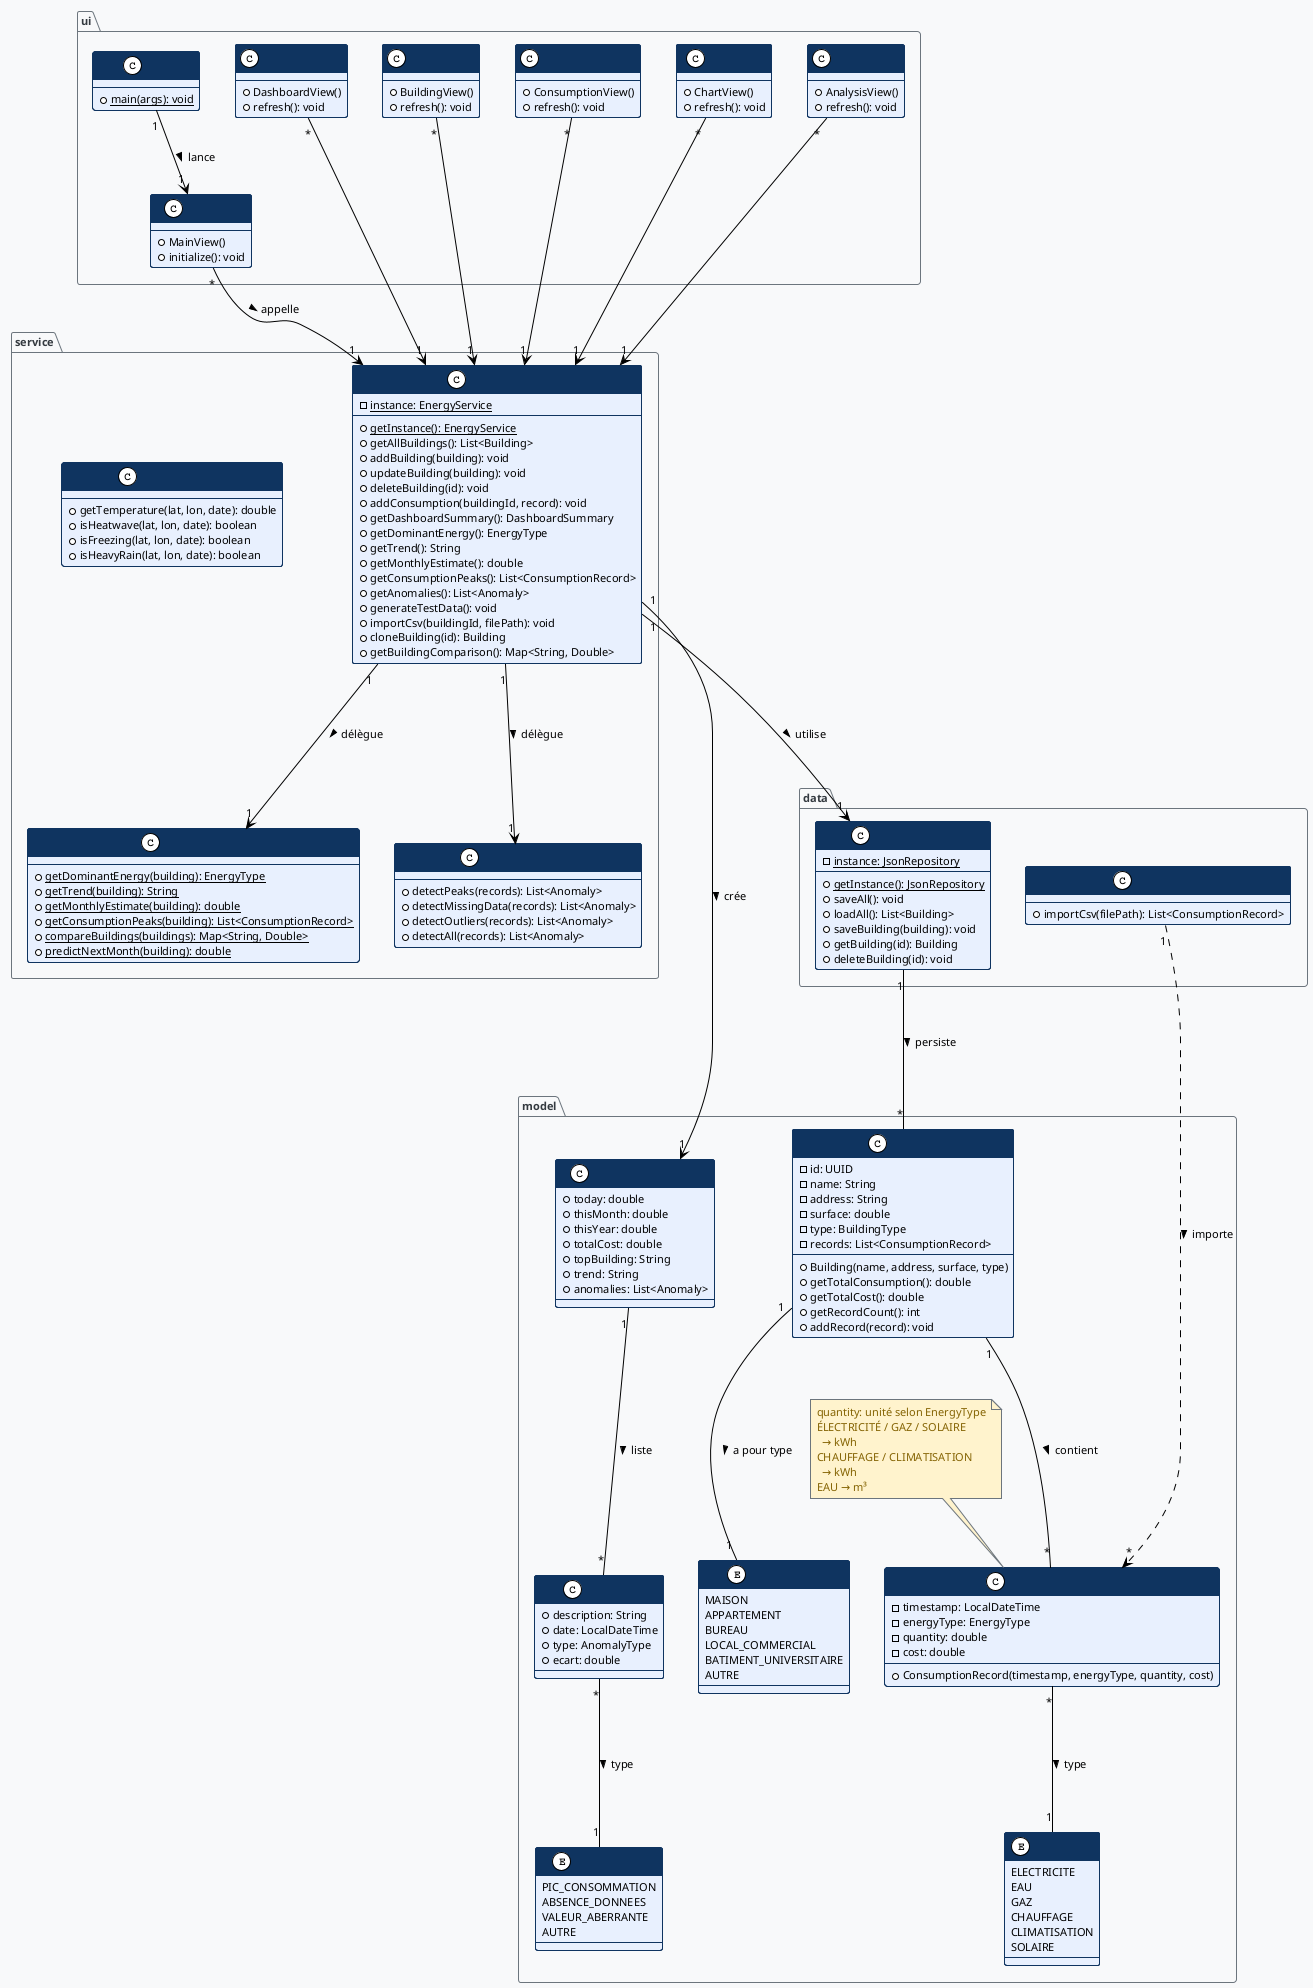
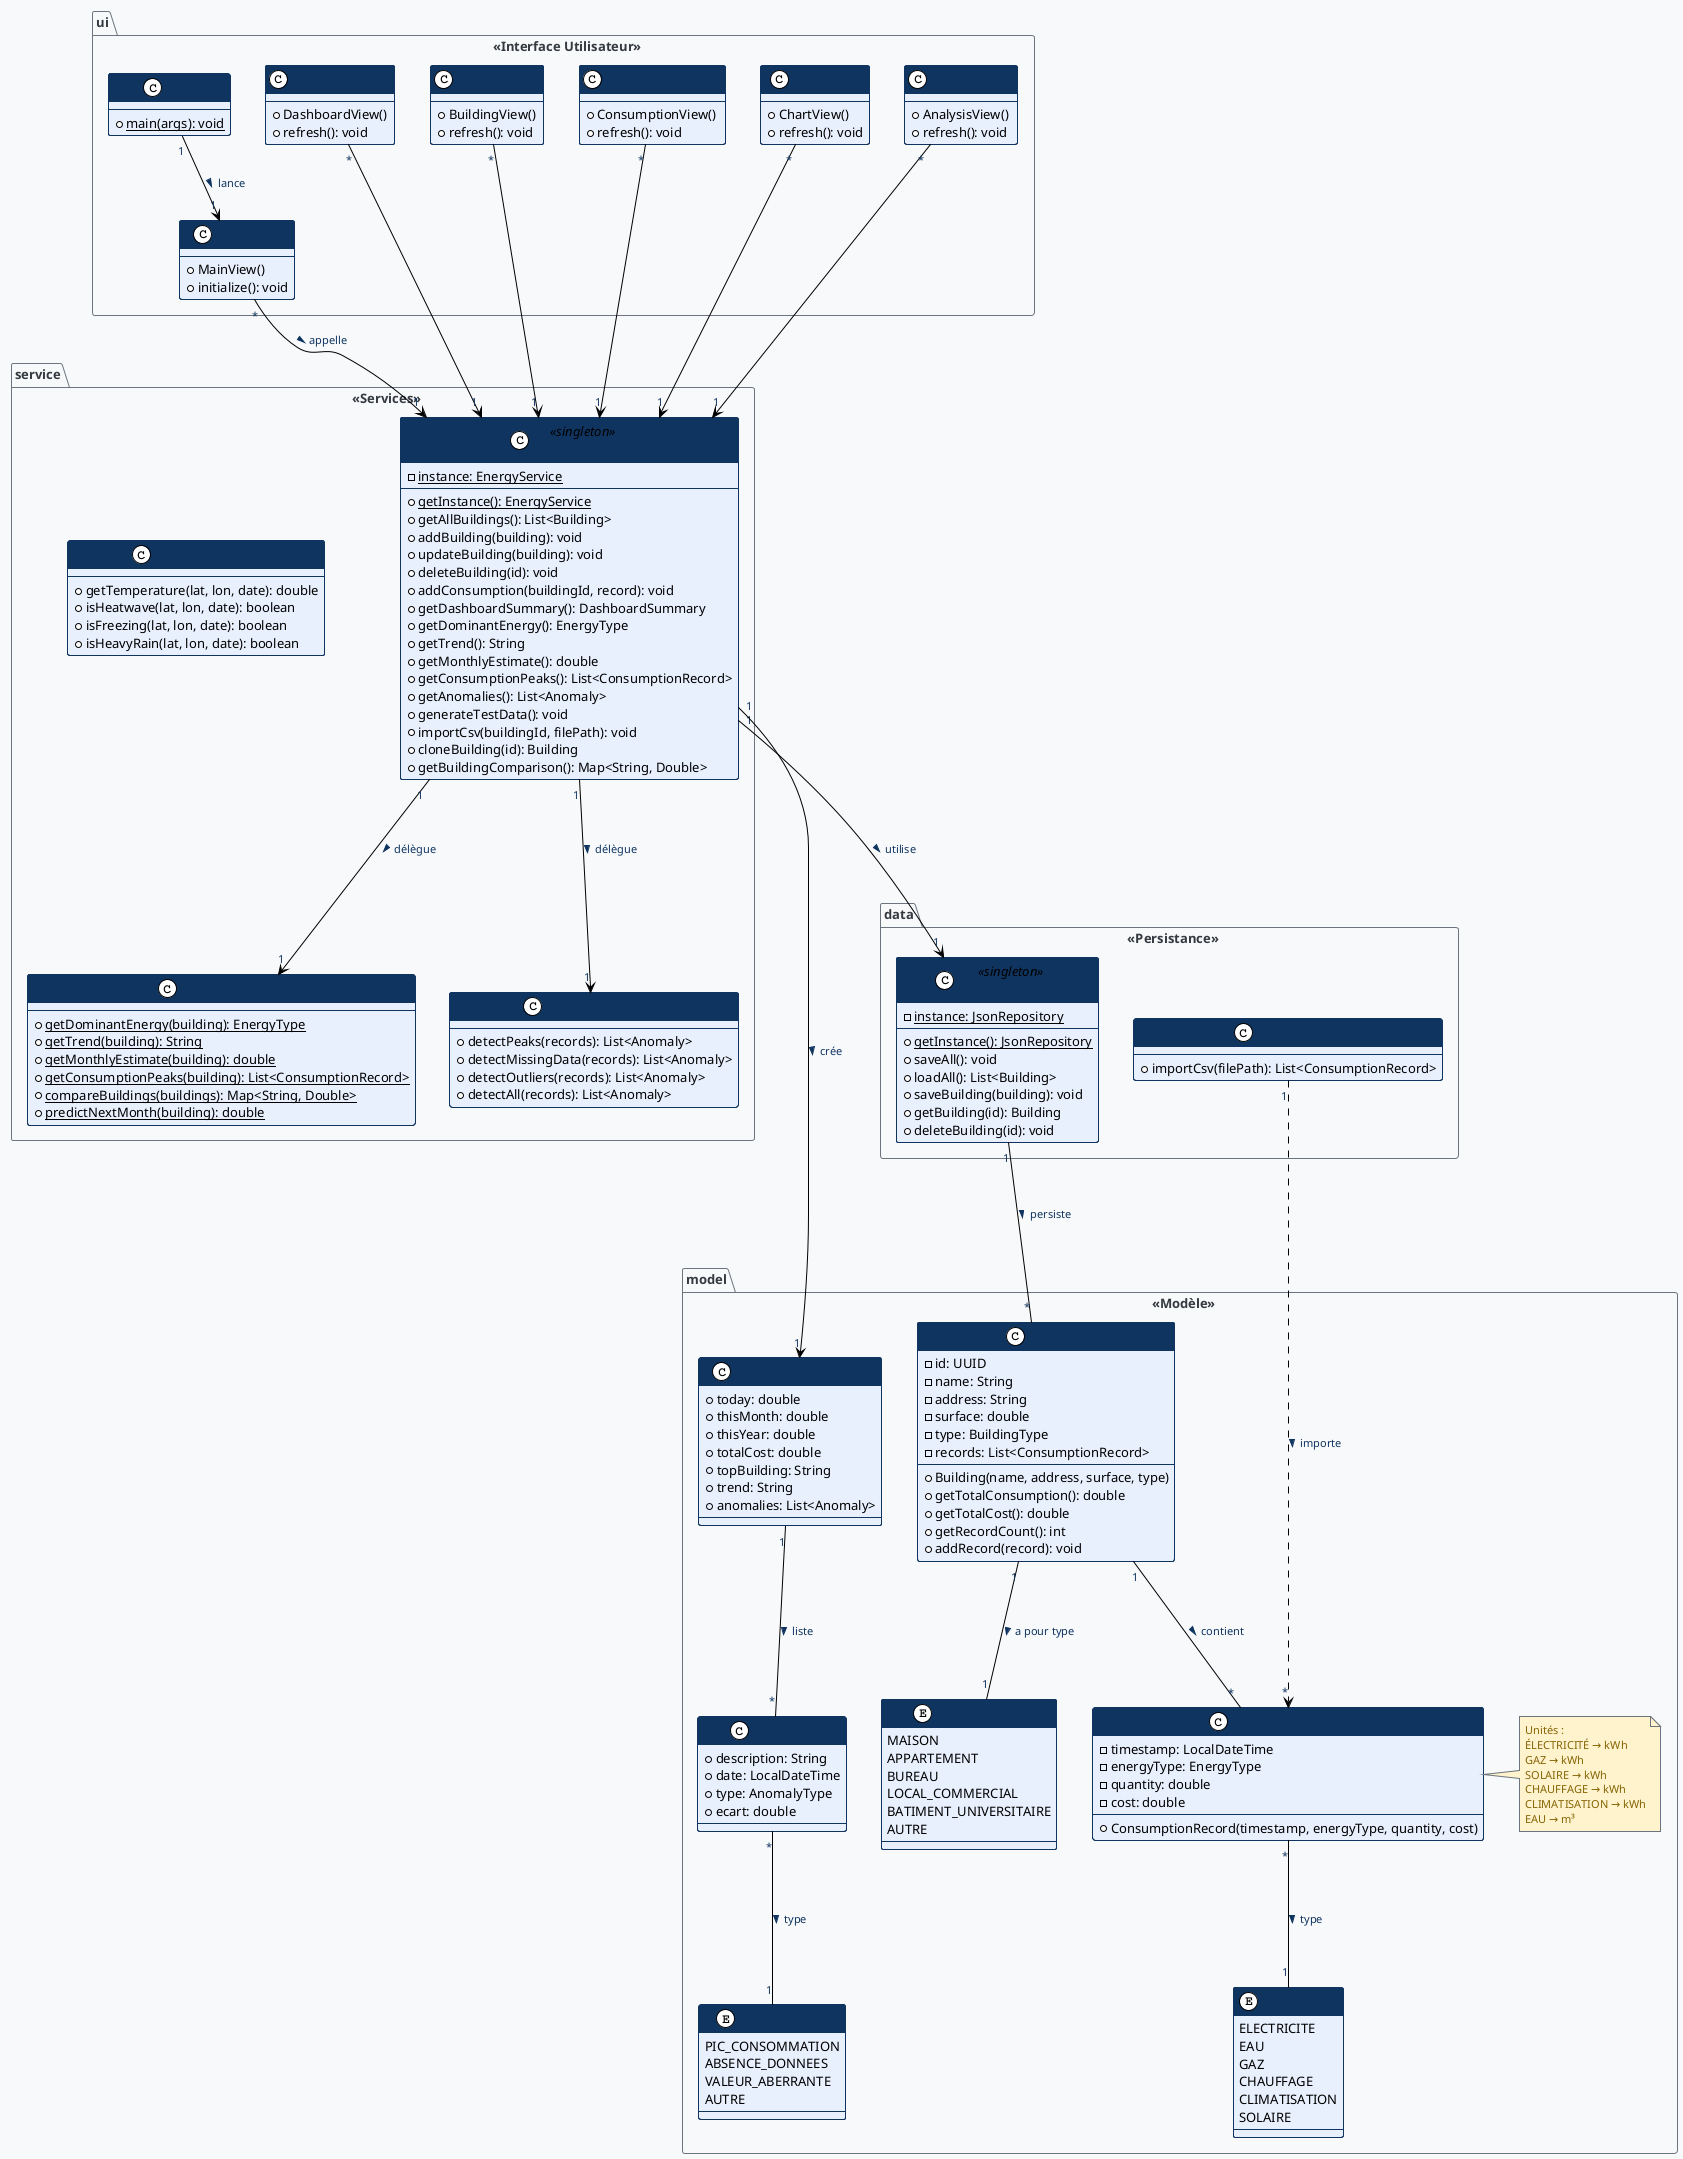
@startuml SmartEnergyManager_ClassDiagram
!theme plain
skinparam backgroundColor #f8f9fa
skinparam componentStyle rectangle
skinparam defaultFontName Helvetica
- skinparam defaultFontSize 11
- hide stereotype
+ skinparam defaultFontSize 13
skinparam class {
    BorderColor #0f3460
    BackgroundColor #e8f0fe
    FontColor #0f3460
    HeaderBackgroundColor #0f3460
    HeaderFontColor white
-     FontSize 11
+     FontSize 13
+     FontStyle bold
}
skinparam enum {
    BorderColor #0f3460
    BackgroundColor #d4edda
    FontColor #0f3460
+     FontSize 12
}
skinparam note {
    BorderColor #6c757d
    BackgroundColor #fff3cd
    FontColor #856404
+     FontSize 11
}
skinparam package {
    BorderColor #6c757d
    BackgroundColor #f8f9fa
    FontColor #343a40
    FontStyle bold
}
- 
- package "model" {
+ skinparam arrow {
+     FontSize 11
+     FontColor #0f3460
+ }
+ 
+ package "model" <<Modèle>> {
    class Building {
        - id: UUID
        - name: String
        - address: String
        - surface: double
        - type: BuildingType
        - records: List<ConsumptionRecord>
        + Building(name, address, surface, type)
        + getTotalConsumption(): double
        + getTotalCost(): double
        + getRecordCount(): int
        + addRecord(record): void
    }

    class ConsumptionRecord {
        - timestamp: LocalDateTime
        - energyType: EnergyType
        - quantity: double
        - cost: double
        + ConsumptionRecord(timestamp, energyType, quantity, cost)
    }

-     note top of ConsumptionRecord
-       quantity: unité selon EnergyType
-       ÉLECTRICITÉ / GAZ / SOLAIRE
-         → kWh
-       CHAUFFAGE / CLIMATISATION
-         → kWh
+     note right of ConsumptionRecord
+       Unités :
+       ÉLECTRICITÉ → kWh
+       GAZ → kWh
+       SOLAIRE → kWh
+       CHAUFFAGE → kWh
+       CLIMATISATION → kWh
      EAU → m³
    end note

    class Anomaly {
        + description: String
        + date: LocalDateTime
        + type: AnomalyType
        + ecart: double
    }

    enum BuildingType {
        MAISON
        APPARTEMENT
        BUREAU
        LOCAL_COMMERCIAL
        BATIMENT_UNIVERSITAIRE
        AUTRE
    }

    enum EnergyType {
        ELECTRICITE
        EAU
        GAZ
        CHAUFFAGE
        CLIMATISATION
        SOLAIRE
    }

    enum AnomalyType {
        PIC_CONSOMMATION
        ABSENCE_DONNEES
        VALEUR_ABERRANTE
        AUTRE
    }

    class DashboardSummary {
        + today: double
        + thisMonth: double
        + thisYear: double
        + totalCost: double
        + topBuilding: String
        + trend: String
        + anomalies: List<Anomaly>
    }
}

- package "data" {
+ package "data" <<Persistance>> {
    class JsonRepository <<singleton>> {
        - {static} instance: JsonRepository
        + {static} getInstance(): JsonRepository
        + saveAll(): void
        + loadAll(): List<Building>
        + saveBuilding(building): void
        + getBuilding(id): Building
        + deleteBuilding(id): void
    }

    class CsvImporter {
        + importCsv(filePath): List<ConsumptionRecord>
    }
}

- package "service" {
+ package "service" <<Services>> {
    class EnergyService <<singleton>> {
        - {static} instance: EnergyService
        + {static} getInstance(): EnergyService
        + getAllBuildings(): List<Building>
        + addBuilding(building): void
        + updateBuilding(building): void
        + deleteBuilding(id): void
        + addConsumption(buildingId, record): void
        + getDashboardSummary(): DashboardSummary
        + getDominantEnergy(): EnergyType
        + getTrend(): String
        + getMonthlyEstimate(): double
        + getConsumptionPeaks(): List<ConsumptionRecord>
        + getAnomalies(): List<Anomaly>
        + generateTestData(): void
        + importCsv(buildingId, filePath): void
        + cloneBuilding(id): Building
        + getBuildingComparison(): Map<String, Double>
    }

    class AnalysisService {
        + {static} getDominantEnergy(building): EnergyType
        + {static} getTrend(building): String
        + {static} getMonthlyEstimate(building): double
        + {static} getConsumptionPeaks(building): List<ConsumptionRecord>
        + {static} compareBuildings(buildings): Map<String, Double>
        + {static} predictNextMonth(building): double
    }

    class AnomalyDetector {
        + detectPeaks(records): List<Anomaly>
        + detectMissingData(records): List<Anomaly>
        + detectOutliers(records): List<Anomaly>
        + detectAll(records): List<Anomaly>
    }

    class WeatherService {
        + getTemperature(lat, lon, date): double
        + isHeatwave(lat, lon, date): boolean
        + isFreezing(lat, lon, date): boolean
        + isHeavyRain(lat, lon, date): boolean
    }
}

- package "ui" {
+ package "ui" <<Interface Utilisateur>> {
    class App {
        + {static} main(args): void
    }

    class MainView {
        + MainView()
        + initialize(): void
    }

    class DashboardView {
        + DashboardView()
        + refresh(): void
    }

    class BuildingView {
        + BuildingView()
        + refresh(): void
    }

    class ConsumptionView {
        + ConsumptionView()
        + refresh(): void
    }

    class ChartView {
        + ChartView()
        + refresh(): void
    }

    class AnalysisView {
        + AnalysisView()
        + refresh(): void
    }
}

' ============================================================
- ' Relations AVEC cardinalités
+ ' Relations avec cardinalités
' ============================================================

' Model
Building "1" --- "*" ConsumptionRecord : contient >
Building "1" --- "1" BuildingType : a pour type >
ConsumptionRecord "*" --- "1" EnergyType : type >
Anomaly "*" --- "1" AnomalyType : type >
DashboardSummary "1" --- "*" Anomaly : liste >

' Data
JsonRepository "1" --- "*" Building : persiste >
CsvImporter "1" ..> "*" ConsumptionRecord : importe >

' Service
EnergyService "1" ---> "1" JsonRepository : utilise >
EnergyService "1" ---> "1" AnalysisService : délègue >
EnergyService "1" ---> "1" AnomalyDetector : délègue >
EnergyService "1" ---> "1" DashboardSummary : crée >

- ' Dépendances UI
+ ' UI
MainView "*" --> "1" EnergyService : appelle >
DashboardView "*" --> "1" EnergyService
BuildingView "*" --> "1" EnergyService
ConsumptionView "*" --> "1" EnergyService
ChartView "*" --> "1" EnergyService
AnalysisView "*" --> "1" EnergyService

App "1" --> "1" MainView : lance >

@enduml
